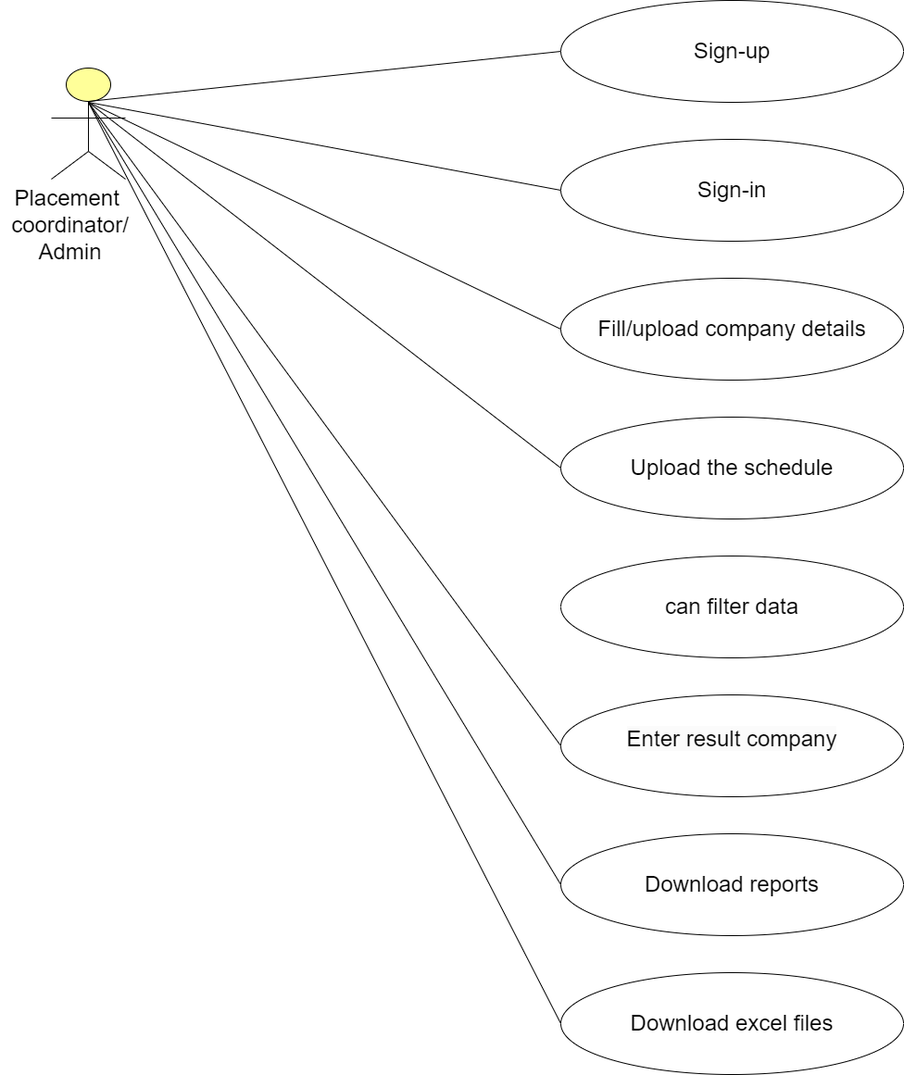
The draw.io diagram Use case diagram/Admin Diagram.drawio.png in NSMakwana/Placement-Assistant, before a commit. Source tidied: cells renumbered, new cells last; positions are measured from the earlier drawing's top-left corner, leaving out a move shared by most shapes. Its diagram source:
```xml
<mxGraphModel background="#ffffff">
  <root>
    <mxCell id="0" />
    <mxCell id="1" parent="0" />
    <mxCell id="2" style="html=1;outlineConnect=0;whiteSpace=wrap;fillColor=#ffff99;verticalLabelPosition=bottom;verticalAlign=top;align=center;shape=mxgraph.archimate3.actor;" parent="1" vertex="1">
      <mxGeometry x="55" y="73" width="80" height="120" as="geometry" />
    </mxCell>
    <mxCell id="3" value="&lt;font style=&quot;font-size: 24px;&quot;&gt;Sign-up&lt;/font&gt;" style="ellipse;whiteSpace=wrap;html=1;" parent="1" vertex="1">
      <mxGeometry x="605" width="370" height="110" as="geometry" />
    </mxCell>
    <mxCell id="4" value="&lt;font style=&quot;font-size: 24px;&quot;&gt;Sign-in&lt;/font&gt;" style="ellipse;whiteSpace=wrap;html=1;" parent="1" vertex="1">
      <mxGeometry x="605" y="150" width="370" height="110" as="geometry" />
    </mxCell>
    <mxCell id="5" value="&lt;span style=&quot;font-size: 24px;&quot;&gt;Fill/upload company details&lt;/span&gt;" style="ellipse;whiteSpace=wrap;html=1;" parent="1" vertex="1">
      <mxGeometry x="605" y="300" width="370" height="110" as="geometry" />
    </mxCell>
    <mxCell id="6" value="&lt;span style=&quot;font-size: 24px;&quot;&gt;Upload the schedule&lt;/span&gt;" style="ellipse;whiteSpace=wrap;html=1;" parent="1" vertex="1">
      <mxGeometry x="605" y="450" width="370" height="110" as="geometry" />
    </mxCell>
    <mxCell id="7" value="&lt;span style=&quot;font-size: 24px;&quot;&gt;can filter data&lt;/span&gt;" style="ellipse;whiteSpace=wrap;html=1;" parent="1" vertex="1">
      <mxGeometry x="605" y="600" width="370" height="110" as="geometry" />
    </mxCell>
    <mxCell id="8" value="&#10;&lt;span style=&quot;color: rgb(0, 0, 0); font-family: Helvetica; font-size: 24px; font-style: normal; font-variant-ligatures: normal; font-variant-caps: normal; font-weight: 400; letter-spacing: normal; orphans: 2; text-align: center; text-indent: 0px; text-transform: none; widows: 2; word-spacing: 0px; -webkit-text-stroke-width: 0px; white-space: normal; background-color: rgb(251, 251, 251); text-decoration-thickness: initial; text-decoration-style: initial; text-decoration-color: initial; display: inline !important; float: none;&quot;&gt;Enter result company&lt;/span&gt;&#10;&#10;" style="ellipse;whiteSpace=wrap;html=1;" parent="1" vertex="1">
      <mxGeometry x="605" y="750" width="370" height="110" as="geometry" />
    </mxCell>
    <mxCell id="9" value="&lt;span style=&quot;font-size: 24px;&quot;&gt;Download reports&lt;/span&gt;&lt;span style=&quot;text-wrap: nowrap; color: rgba(0, 0, 0, 0); font-family: monospace; font-size: 0px; text-align: start;&quot;&gt;%3CmxGraphModel%3E%3Croot%3E%3CmxCell%20id%3D%220%22%2F%3E%3CmxCell%20id%3D%221%22%20parent%3D%220%22%2F%3E%3CmxCell%20id%3D%222%22%20value%3D%22%22%20style%3D%22endArrow%3Dnone%3Bhtml%3D1%3Brounded%3D0%3BentryX%3D0%3BentryY%3D0.5%3BentryDx%3D0%3BentryDy%3D0%3B%22%20edge%3D%221%22%20parent%3D%221%22%3E%3CmxGeometry%20width%3D%2250%22%20height%3D%2250%22%20relative%3D%221%22%20as%3D%22geometry%22%3E%3CmxPoint%20x%3D%22120%22%20y%3D%22140%22%20as%3D%22sourcePoint%22%2F%3E%3CmxPoint%20x%3D%22630%22%20y%3D%22535%22%20as%3D%22targetPoint%22%2F%3E%3C%2FmxGeometry%3E%3C%2FmxCell%3E%3C%2Froot%3E%3C%2FmxGraphModel%3E&lt;/span&gt;" style="ellipse;whiteSpace=wrap;html=1;" parent="1" vertex="1">
      <mxGeometry x="605" y="900" width="370" height="110" as="geometry" />
    </mxCell>
    <mxCell id="10" value="&lt;span style=&quot;font-size: 24px;&quot;&gt;Download excel files&lt;/span&gt;&lt;span style=&quot;color: rgba(0, 0, 0, 0); font-family: monospace; font-size: 0px; text-align: start; text-wrap: nowrap;&quot;&gt;%3CmxGraphModel%3E%3Croot%3E%3CmxCell%20id%3D%220%22%2F%3E%3CmxCell%20id%3D%221%22%20parent%3D%220%22%2F%3E%3CmxCell%20id%3D%222%22%20value%3D%22%22%20style%3D%22endArrow%3Dnone%3Bhtml%3D1%3Brounded%3D0%3BentryX%3D0%3BentryY%3D0.5%3BentryDx%3D0%3BentryDy%3D0%3B%22%20edge%3D%221%22%20parent%3D%221%22%3E%3CmxGeometry%20width%3D%2250%22%20height%3D%2250%22%20relative%3D%221%22%20as%3D%22geometry%22%3E%3CmxPoint%20x%3D%22120%22%20y%3D%22140%22%20as%3D%22sourcePoint%22%2F%3E%3CmxPoint%20x%3D%22630%22%20y%3D%22535%22%20as%3D%22targetPoint%22%2F%3E%3C%2FmxGeometry%3E%3C%2FmxCell%3E%3C%2Froot%3E%3C%2FmxGraphModel%3E&lt;/span&gt;" style="ellipse;whiteSpace=wrap;html=1;" parent="1" vertex="1">
      <mxGeometry x="605" y="1050" width="370" height="110" as="geometry" />
    </mxCell>
    <mxCell id="11" value="&lt;span style=&quot;font-size: 24px;&quot;&gt;Placement&amp;nbsp;&lt;/span&gt;&lt;div&gt;&lt;span style=&quot;font-size: 24px;&quot;&gt;coordinator/&lt;/span&gt;&lt;/div&gt;&lt;div&gt;&lt;span style=&quot;font-size: 24px;&quot;&gt;Admin&lt;/span&gt;&lt;/div&gt;" style="text;html=1;align=center;verticalAlign=middle;strokeColor=none;fillColor=none;" parent="1" vertex="1">
      <mxGeometry y="193" width="150" height="100" as="geometry" />
    </mxCell>
    <mxCell id="12" style="endArrow=none;html=1;rounded=0;entryX=0;entryY=0.5;entryDx=0;entryDy=0;exitX=0.518;exitY=0.299;exitDx=0;exitDy=0;exitPerimeter=0;" parent="1" edge="1" source="2" target="3">
      <mxGeometry relative="1" as="geometry" />
    </mxCell>
    <mxCell id="13" style="endArrow=none;html=1;rounded=0;entryX=0;entryY=0.5;entryDx=0;entryDy=0;" parent="1" edge="1" target="4">
      <mxGeometry relative="1" as="geometry">
        <mxPoint x="95" y="110" as="sourcePoint" />
      </mxGeometry>
    </mxCell>
    <mxCell id="14" style="endArrow=none;html=1;rounded=0;entryX=0;entryY=0.5;entryDx=0;entryDy=0;" parent="1" edge="1" target="5">
      <mxGeometry relative="1" as="geometry">
        <mxPoint x="95" y="110" as="sourcePoint" />
      </mxGeometry>
    </mxCell>
    <mxCell id="15" style="endArrow=none;html=1;rounded=0;entryX=0;entryY=0.5;entryDx=0;entryDy=0;" parent="1" edge="1" target="6">
      <mxGeometry relative="1" as="geometry">
        <mxPoint x="95" y="110" as="sourcePoint" />
      </mxGeometry>
    </mxCell>
    <mxCell id="16" style="endArrow=none;html=1;rounded=0;entryX=0;entryY=0.5;entryDx=0;entryDy=0;" parent="1" edge="1" target="8">
      <mxGeometry relative="1" as="geometry">
        <mxPoint x="95" y="110" as="sourcePoint" />
      </mxGeometry>
    </mxCell>
    <mxCell id="17" style="endArrow=none;html=1;rounded=0;entryX=0;entryY=0.5;entryDx=0;entryDy=0;" parent="1" edge="1" target="9">
      <mxGeometry relative="1" as="geometry">
        <mxPoint x="95" y="110" as="sourcePoint" />
      </mxGeometry>
    </mxCell>
    <mxCell id="18" style="endArrow=none;html=1;rounded=0;entryX=0;entryY=0.5;entryDx=0;entryDy=0;" parent="1" edge="1" target="10">
      <mxGeometry relative="1" as="geometry">
        <mxPoint x="95" y="110" as="sourcePoint" />
      </mxGeometry>
    </mxCell>
  </root>
</mxGraphModel>
```
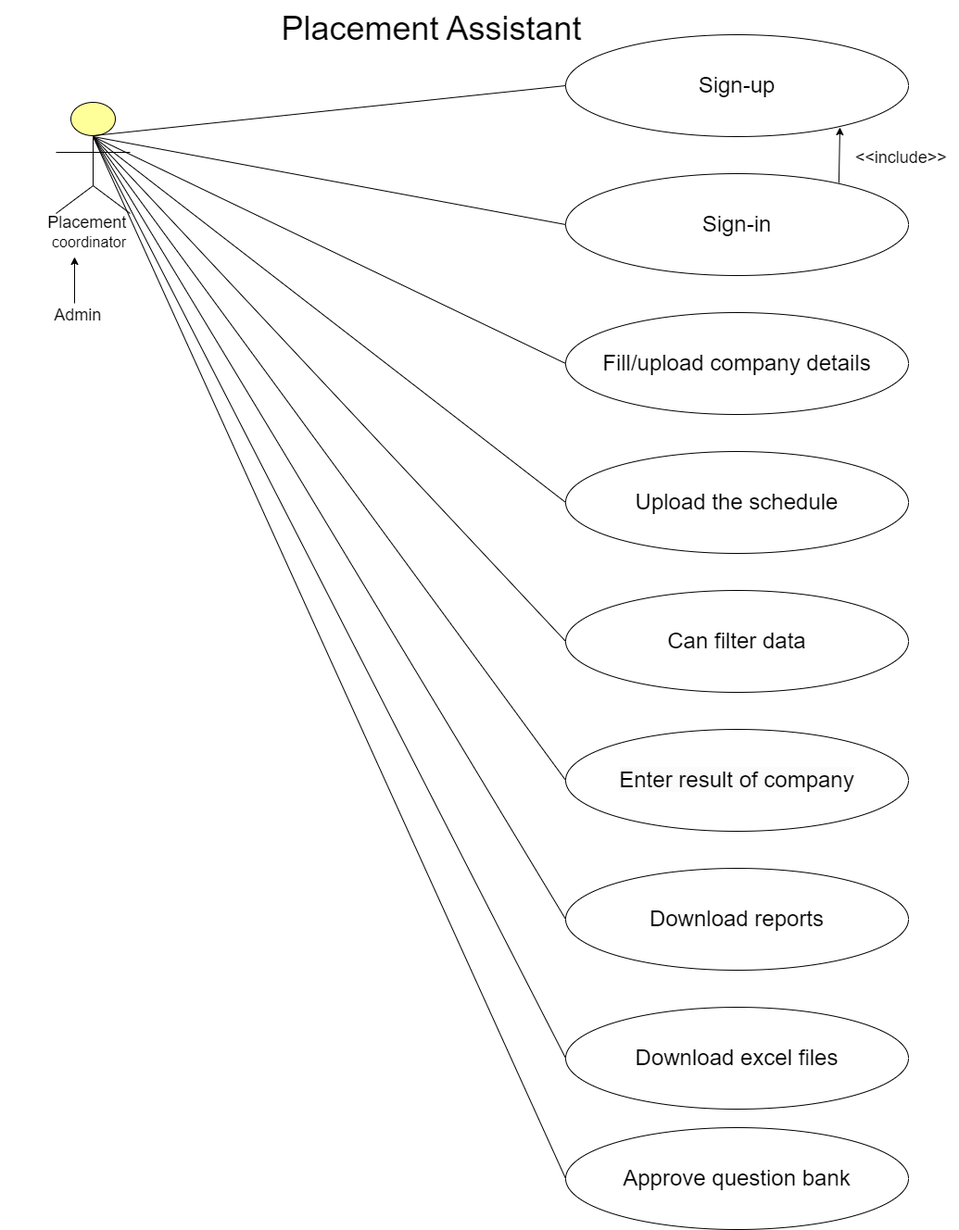
After the change.

Commit message:
Use case diagram

Use-case

Diff of the diagram source:
```diff
@@ -17,10 +17,10 @@
     <mxCell id="6" value="&lt;span style=&quot;font-size: 24px;&quot;&gt;Upload the schedule&lt;/span&gt;" style="ellipse;whiteSpace=wrap;html=1;" parent="1" vertex="1">
       <mxGeometry x="605" y="450" width="370" height="110" as="geometry" />
     </mxCell>
-    <mxCell id="7" value="&lt;span style=&quot;font-size: 24px;&quot;&gt;can filter data&lt;/span&gt;" style="ellipse;whiteSpace=wrap;html=1;" parent="1" vertex="1">
+    <mxCell id="7" value="&lt;span style=&quot;font-size: 24px;&quot;&gt;Can filter data&lt;/span&gt;" style="ellipse;whiteSpace=wrap;html=1;" parent="1" vertex="1">
       <mxGeometry x="605" y="600" width="370" height="110" as="geometry" />
     </mxCell>
-    <mxCell id="8" value="&#10;&lt;span style=&quot;color: rgb(0, 0, 0); font-family: Helvetica; font-size: 24px; font-style: normal; font-variant-ligatures: normal; font-variant-caps: normal; font-weight: 400; letter-spacing: normal; orphans: 2; text-align: center; text-indent: 0px; text-transform: none; widows: 2; word-spacing: 0px; -webkit-text-stroke-width: 0px; white-space: normal; background-color: rgb(251, 251, 251); text-decoration-thickness: initial; text-decoration-style: initial; text-decoration-color: initial; display: inline !important; float: none;&quot;&gt;Enter result company&lt;/span&gt;&#10;&#10;" style="ellipse;whiteSpace=wrap;html=1;" parent="1" vertex="1">
+    <mxCell id="8" value="&lt;br&gt;&lt;span style=&quot;color: rgb(0, 0, 0); font-family: Helvetica; font-size: 24px; font-style: normal; font-variant-ligatures: normal; font-variant-caps: normal; font-weight: 400; letter-spacing: normal; orphans: 2; text-align: center; text-indent: 0px; text-transform: none; widows: 2; word-spacing: 0px; -webkit-text-stroke-width: 0px; white-space: normal; background-color: rgb(251, 251, 251); text-decoration-thickness: initial; text-decoration-style: initial; text-decoration-color: initial; display: inline !important; float: none;&quot;&gt;Enter result of company&lt;/span&gt;&lt;div&gt;&lt;br/&gt;&lt;/div&gt;" style="ellipse;whiteSpace=wrap;html=1;" parent="1" vertex="1">
       <mxGeometry x="605" y="750" width="370" height="110" as="geometry" />
     </mxCell>
     <mxCell id="9" value="&lt;span style=&quot;font-size: 24px;&quot;&gt;Download reports&lt;/span&gt;&lt;span style=&quot;text-wrap: nowrap; color: rgba(0, 0, 0, 0); font-family: monospace; font-size: 0px; text-align: start;&quot;&gt;%3CmxGraphModel%3E%3Croot%3E%3CmxCell%20id%3D%220%22%2F%3E%3CmxCell%20id%3D%221%22%20parent%3D%220%22%2F%3E%3CmxCell%20id%3D%222%22%20value%3D%22%22%20style%3D%22endArrow%3Dnone%3Bhtml%3D1%3Brounded%3D0%3BentryX%3D0%3BentryY%3D0.5%3BentryDx%3D0%3BentryDy%3D0%3B%22%20edge%3D%221%22%20parent%3D%221%22%3E%3CmxGeometry%20width%3D%2250%22%20height%3D%2250%22%20relative%3D%221%22%20as%3D%22geometry%22%3E%3CmxPoint%20x%3D%22120%22%20y%3D%22140%22%20as%3D%22sourcePoint%22%2F%3E%3CmxPoint%20x%3D%22630%22%20y%3D%22535%22%20as%3D%22targetPoint%22%2F%3E%3C%2FmxGeometry%3E%3C%2FmxCell%3E%3C%2Froot%3E%3C%2FmxGraphModel%3E&lt;/span&gt;" style="ellipse;whiteSpace=wrap;html=1;" parent="1" vertex="1">
@@ -29,9 +29,6 @@
     <mxCell id="10" value="&lt;span style=&quot;font-size: 24px;&quot;&gt;Download excel files&lt;/span&gt;&lt;span style=&quot;color: rgba(0, 0, 0, 0); font-family: monospace; font-size: 0px; text-align: start; text-wrap: nowrap;&quot;&gt;%3CmxGraphModel%3E%3Croot%3E%3CmxCell%20id%3D%220%22%2F%3E%3CmxCell%20id%3D%221%22%20parent%3D%220%22%2F%3E%3CmxCell%20id%3D%222%22%20value%3D%22%22%20style%3D%22endArrow%3Dnone%3Bhtml%3D1%3Brounded%3D0%3BentryX%3D0%3BentryY%3D0.5%3BentryDx%3D0%3BentryDy%3D0%3B%22%20edge%3D%221%22%20parent%3D%221%22%3E%3CmxGeometry%20width%3D%2250%22%20height%3D%2250%22%20relative%3D%221%22%20as%3D%22geometry%22%3E%3CmxPoint%20x%3D%22120%22%20y%3D%22140%22%20as%3D%22sourcePoint%22%2F%3E%3CmxPoint%20x%3D%22630%22%20y%3D%22535%22%20as%3D%22targetPoint%22%2F%3E%3C%2FmxGeometry%3E%3C%2FmxCell%3E%3C%2Froot%3E%3C%2FmxGraphModel%3E&lt;/span&gt;" style="ellipse;whiteSpace=wrap;html=1;" parent="1" vertex="1">
       <mxGeometry x="605" y="1050" width="370" height="110" as="geometry" />
     </mxCell>
-    <mxCell id="11" value="&lt;span style=&quot;font-size: 24px;&quot;&gt;Placement&amp;nbsp;&lt;/span&gt;&lt;div&gt;&lt;span style=&quot;font-size: 24px;&quot;&gt;coordinator/&lt;/span&gt;&lt;/div&gt;&lt;div&gt;&lt;span style=&quot;font-size: 24px;&quot;&gt;Admin&lt;/span&gt;&lt;/div&gt;" style="text;html=1;align=center;verticalAlign=middle;strokeColor=none;fillColor=none;" parent="1" vertex="1">
-      <mxGeometry y="193" width="150" height="100" as="geometry" />
-    </mxCell>
     <mxCell id="12" style="endArrow=none;html=1;rounded=0;entryX=0;entryY=0.5;entryDx=0;entryDy=0;exitX=0.518;exitY=0.299;exitDx=0;exitDy=0;exitPerimeter=0;" parent="1" edge="1" source="2" target="3">
       <mxGeometry relative="1" as="geometry" />
     </mxCell>
@@ -65,5 +62,41 @@
         <mxPoint x="95" y="110" as="sourcePoint" />
       </mxGeometry>
     </mxCell>
+    <mxCell id="19" style="endArrow=none;html=1;rounded=0;entryX=0;entryY=0.5;entryDx=0;entryDy=0;" parent="1" edge="1" target="7">
+      <mxGeometry relative="1" as="geometry">
+        <mxPoint x="95" y="110" as="sourcePoint" />
+      </mxGeometry>
+    </mxCell>
+    <mxCell id="20" style="endArrow=classic;html=1;rounded=0;exitX=0.797;exitY=0.091;exitDx=0;exitDy=0;exitPerimeter=0;" parent="1" edge="1" source="4">
+      <mxGeometry relative="1" as="geometry">
+        <mxPoint x="901" y="100" as="targetPoint" />
+      </mxGeometry>
+    </mxCell>
+    <mxCell id="21" value="&amp;nbsp; &amp;nbsp; &amp;nbsp; &amp;nbsp; &amp;nbsp; &amp;nbsp; &amp;nbsp; &amp;nbsp; &amp;nbsp; &amp;nbsp; &amp;nbsp; &amp;nbsp; &amp;nbsp;&lt;font style=&quot;font-size: 18px;&quot;&gt;&amp;lt;&amp;lt;include&amp;gt;&amp;gt;&lt;/font&gt;" style="text;html=1;align=center;verticalAlign=middle;strokeColor=none;fillColor=none;" parent="1" vertex="1">
+      <mxGeometry x="820" y="113" width="210" height="40" as="geometry" />
+    </mxCell>
+    <mxCell id="22" value="&amp;nbsp; &amp;nbsp; &amp;nbsp; &amp;nbsp; &lt;font style=&quot;font-size: 18px;&quot;&gt;&amp;nbsp;Placement&amp;nbsp;&lt;/font&gt;&lt;div&gt;&lt;font size=&quot;3&quot;&gt;&amp;nbsp; &amp;nbsp; &amp;nbsp; &amp;nbsp;coordinator&lt;/font&gt;&lt;/div&gt;" style="text;html=1;align=center;verticalAlign=middle;strokeColor=none;fillColor=none;" parent="1" vertex="1">
+      <mxGeometry y="188" width="150" height="50" as="geometry" />
+    </mxCell>
+    <mxCell id="23" style="endArrow=classic;html=1;rounded=0;" parent="1" edge="1">
+      <mxGeometry relative="1" as="geometry">
+        <mxPoint x="75" y="290" as="sourcePoint" />
+        <mxPoint x="75" y="240" as="targetPoint" />
+      </mxGeometry>
+    </mxCell>
+    <mxCell id="24" value="&amp;nbsp; &amp;nbsp; &amp;nbsp; &amp;nbsp; &amp;nbsp; &amp;nbsp; &amp;nbsp; &lt;font style=&quot;font-size: 18px;&quot;&gt;Admin&lt;/font&gt;" style="text;html=1;align=center;verticalAlign=middle;strokeColor=none;fillColor=none;" parent="1" vertex="1">
+      <mxGeometry x="-5" y="283" width="120" height="40" as="geometry" />
+    </mxCell>
+    <mxCell id="25" value="&lt;font style=&quot;font-size: 36px;&quot;&gt;&amp;nbsp; &amp;nbsp; &amp;nbsp; &amp;nbsp; &amp;nbsp; &amp;nbsp; &amp;nbsp; &amp;nbsp;Placement Assistant&lt;/font&gt;" style="text;html=1;align=center;verticalAlign=middle;strokeColor=none;fillColor=none;" parent="1" vertex="1">
+      <mxGeometry x="135" y="-37" width="500" height="60" as="geometry" />
+    </mxCell>
+    <mxCell id="26" value="&lt;span style=&quot;font-size: 24px;&quot;&gt;Approve question bank&lt;/span&gt;" style="ellipse;whiteSpace=wrap;html=1;" parent="1" vertex="1">
+      <mxGeometry x="605" y="1180" width="370" height="110" as="geometry" />
+    </mxCell>
+    <mxCell id="27" style="endArrow=none;html=1;rounded=0;entryX=0;entryY=0.5;entryDx=0;entryDy=0;" parent="1" edge="1" target="26">
+      <mxGeometry relative="1" as="geometry">
+        <mxPoint x="95" y="110" as="sourcePoint" />
+      </mxGeometry>
+    </mxCell>
   </root>
 </mxGraphModel>
```
